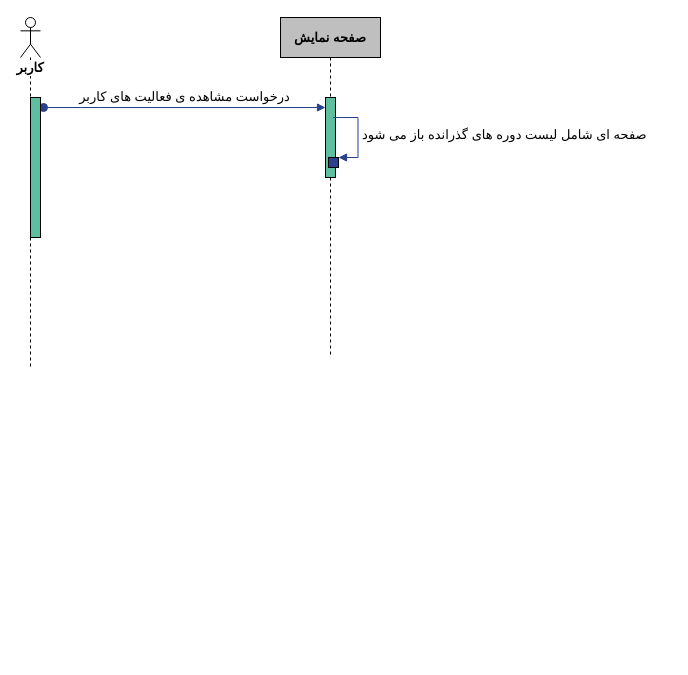
Above: Docs./SeqDiagram-Activities.drawio in ShadiMe-flutter/Workout (draw.io), before the change. Source tidied: cells renumbered, new cells numbered last; positions are measured from the earlier drawing's top-left corner, leaving out a move shared by most shapes. Both pictures are drawn from the tidied source at 100%, with x=0, y=0 at pixel (20, 17).
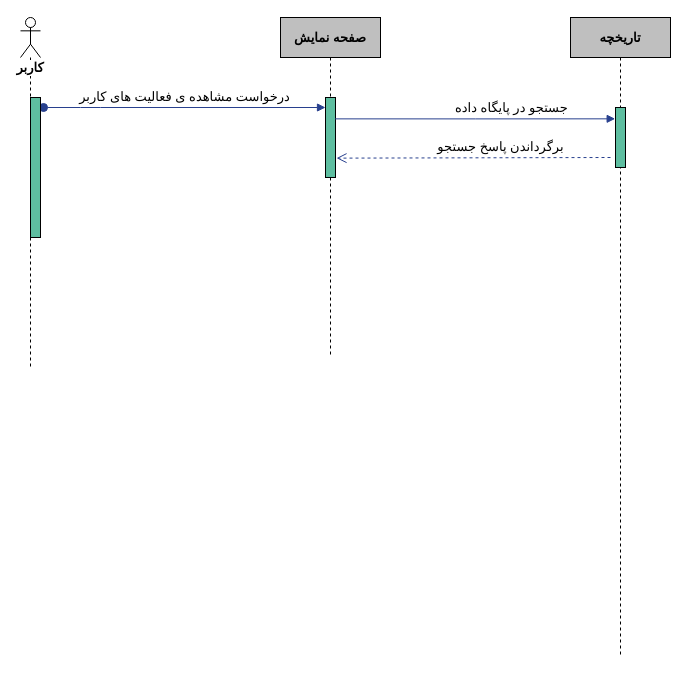
After the change.

What changed in the source:
```diff
@@
 <mxGraphModel>
   <root>
     <mxCell id="0" />
     <mxCell id="1" parent="0" />
     <mxCell id="2" value="کاربر" style="shape=umlLifeline;participant=umlActor;perimeter=lifelinePerimeter;whiteSpace=wrap;html=1;verticalAlign=top;spacingTop=36;labelBackgroundColor=#ffffff;size=40;fontFamily=B Zar;fontStyle=1;fontSize=13;" parent="1" vertex="1">
       <mxGeometry width="20" height="350" as="geometry" />
     </mxCell>
     <mxCell id="3" value="&lt;font style=&quot;font-size: 13px&quot;&gt;&lt;font style=&quot;font-size: 13px&quot;&gt;&lt;b style=&quot;font-size: 13px&quot;&gt;صفحه نمایش&lt;br style=&quot;font-size: 13px&quot;&gt;&lt;/b&gt;&lt;/font&gt;&lt;/font&gt;" style="shape=umlLifeline;perimeter=lifelinePerimeter;whiteSpace=wrap;html=1;fontFamily=B Zar;fontSize=13;verticalAlign=middle;fillColor=#BFBFBF;" parent="1" vertex="1">
       <mxGeometry x="260" width="100" height="340" as="geometry" />
     </mxCell>
     <mxCell id="4" style="html=1;points=[];perimeter=orthogonalPerimeter;fillColor=#5EBEA0;" parent="3" vertex="1">
       <mxGeometry x="45" y="80" width="10" height="80" as="geometry" />
     </mxCell>
-    <mxCell id="5" style="html=1;points=[];perimeter=orthogonalPerimeter;fillColor=#28408E;" parent="3" vertex="1">
-      <mxGeometry x="48" y="140" width="10" height="10" as="geometry" />
-    </mxCell>
     <mxCell id="6" value="&lt;font style=&quot;font-size: 13px;&quot;&gt;درخواست مشاهده ی فعالیت های کاربر&lt;/font&gt;" style="html=1;verticalAlign=bottom;startArrow=oval;endArrow=block;startSize=8;strokeColor=#28408E;fontFamily=B Zar;fontSize=13;" parent="1" edge="1" target="4">
       <mxGeometry relative="1" as="geometry">
         <mxPoint x="23" y="90" as="sourcePoint" />
         <Array as="points">
           <mxPoint x="70" y="90" />
         </Array>
       </mxGeometry>
     </mxCell>
-    <mxCell id="7" value="&lt;font style=&quot;font-size: 13px;&quot;&gt;صفحه ای شامل لیست دوره های گذرانده باز می شود&lt;/font&gt;" style="edgeStyle=orthogonalEdgeStyle;html=1;align=left;spacingLeft=2;endArrow=block;rounded=0;entryX=1;entryY=0;strokeColor=#28408E;fontFamily=B Zar;fontSize=13;" parent="1" edge="1" target="5">
-      <mxGeometry relative="1" as="geometry">
-        <mxPoint x="312.5" y="100" as="sourcePoint" />
-        <Array as="points">
-          <mxPoint x="337.5" y="100" />
-        </Array>
+    <mxCell id="7" value="جستجو در پایگاه داده" style="edgeStyle=orthogonalEdgeStyle;html=1;align=left;spacingLeft=2;endArrow=block;rounded=0;strokeColor=#28408E;fontFamily=B Zar;fontSize=13;entryX=-0.033;entryY=0.189;entryDx=0;entryDy=0;entryPerimeter=0;exitX=0.967;exitY=0.267;exitDx=0;exitDy=0;exitPerimeter=0;" parent="1" edge="1" source="4" target="10">
+      <mxGeometry x="-0.18" y="11" relative="1" as="geometry">
+        <mxPoint x="1" as="offset" />
       </mxGeometry>
     </mxCell>
     <mxCell id="8" style="html=1;perimeter=orthogonalPerimeter;fillColor=#5EBEA0;" parent="1" vertex="1">
       <mxGeometry x="10" y="80" width="10" height="140" as="geometry" />
     </mxCell>
+    <mxCell id="9" value="&lt;font style=&quot;font-size: 13px&quot;&gt;تاریخچه&lt;/font&gt;" style="shape=umlLifeline;perimeter=lifelinePerimeter;whiteSpace=wrap;html=1;gradientDirection=south;fillColor=#BFBFBF;fontStyle=1;fontFamily=B Zar;" parent="1" vertex="1">
+      <mxGeometry x="550" width="100" height="640" as="geometry" />
+    </mxCell>
+    <mxCell id="10" style="html=1;points=[];perimeter=orthogonalPerimeter;fillColor=#5EBEA0;" parent="9" vertex="1">
+      <mxGeometry x="45" y="90" width="10" height="60" as="geometry" />
+    </mxCell>
+    <mxCell id="11" value="&lt;font style=&quot;font-size: 13px&quot;&gt;برگرداندن پاسخ جستجو&lt;/font&gt;" style="html=1;verticalAlign=bottom;endArrow=open;dashed=1;endSize=8;exitX=0;exitY=0.95;strokeColor=#28408e;fontFamily=B Zar;fontSize=13;fontStyle=0;entryX=1.1;entryY=0.758;entryDx=0;entryDy=0;entryPerimeter=0;" parent="1" edge="1" target="4">
+      <mxGeometry x="-0.2" relative="1" as="geometry">
+        <mxPoint x="590" y="140" as="sourcePoint" />
+      </mxGeometry>
+    </mxCell>
   </root>
 </mxGraphModel>
```
